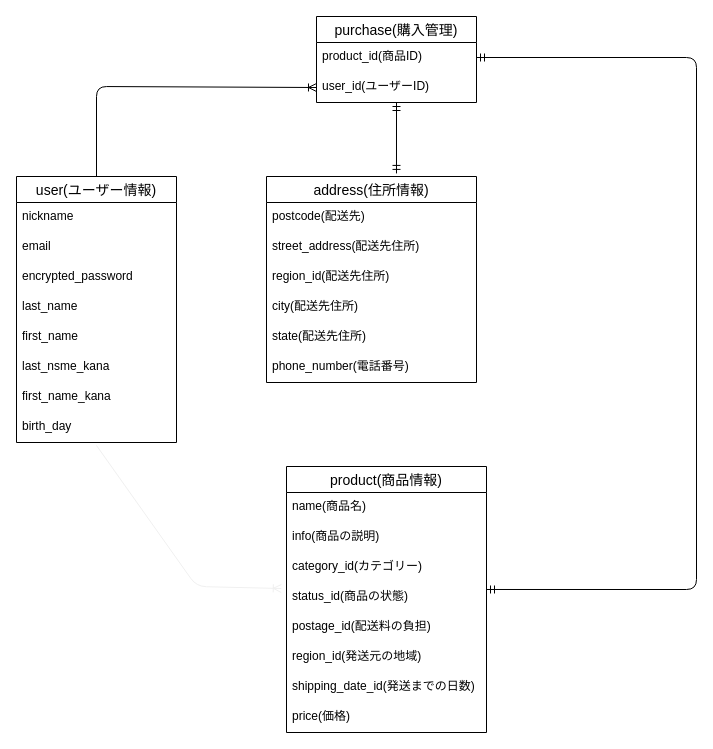
Above: legend.dio in yo-ya07/furima-35557 (draw.io), before the change. Source tidied: cells renumbered, new cells numbered last; positions are measured from the earlier drawing's top-left corner, leaving out a move shared by most shapes. Both pictures are drawn from the tidied source at 100%, with x=0, y=0 at pixel (16, 16).
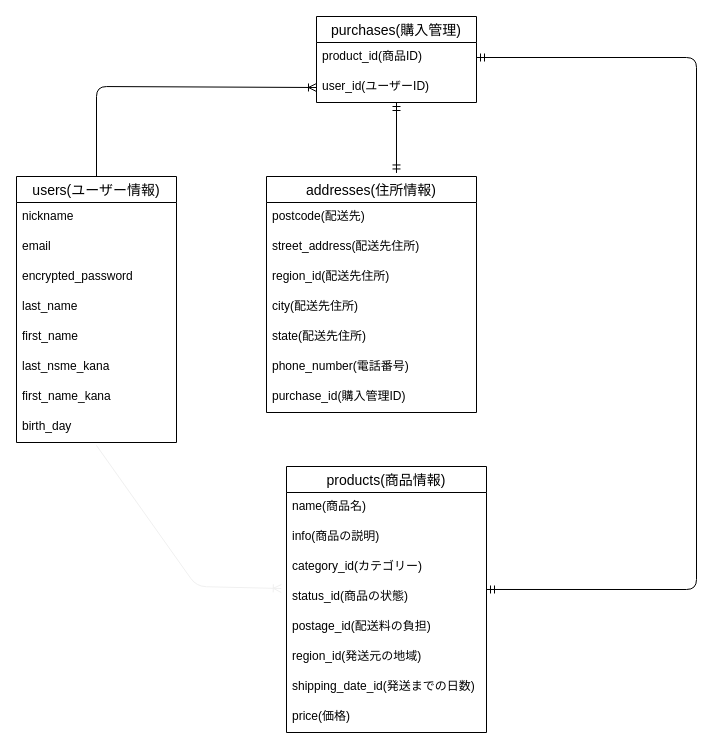
The same page after the edit.

Commit message (it also covers changes not shown here):
ER図•README作成(修正5)

What changed in the source:
```diff
@@
-    <mxCell id="2" value="user(ユーザー情報)" style="swimlane;fontStyle=0;horizontal=1;startSize=26;align=center;fontSize=14;" parent="1" vertex="1">
+    <mxCell id="2" value="users(ユーザー情報)" style="swimlane;fontStyle=0;horizontal=1;startSize=26;align=center;fontSize=14;" parent="1" vertex="1">
       <mxGeometry y="160" width="160" height="266" as="geometry" />
     </mxCell>
@@
-    <mxCell id="11" value="address(住所情報)" style="swimlane;fontStyle=0;horizontal=1;startSize=26;align=center;fontSize=14;" parent="1" vertex="1">
-      <mxGeometry x="250" y="160" width="210" height="206" as="geometry" />
+    <mxCell id="11" value="addresses(住所情報)" style="swimlane;fontStyle=0;horizontal=1;startSize=26;align=center;fontSize=14;" parent="1" vertex="1">
+      <mxGeometry x="250" y="160" width="210" height="236" as="geometry" />
     </mxCell>
@@
+    <mxCell id="34" value="purchase_id(購入管理ID)" style="text;strokeColor=none;fillColor=none;spacingLeft=4;spacingRight=4;overflow=hidden;fontSize=12;" parent="11" vertex="1">
+      <mxGeometry y="206" width="210" height="30" as="geometry" />
+    </mxCell>
-    <mxCell id="18" value="product(商品情報)" style="swimlane;fontStyle=0;horizontal=1;startSize=26;align=center;fontSize=14;" parent="1" vertex="1">
+    <mxCell id="18" value="products(商品情報)" style="swimlane;fontStyle=0;horizontal=1;startSize=26;align=center;fontSize=14;" parent="1" vertex="1">
       <mxGeometry x="270" y="450" width="200" height="266" as="geometry" />
     </mxCell>
@@
-    <mxCell id="29" value="purchase(購入管理)" style="swimlane;fontStyle=0;horizontal=1;startSize=26;align=center;fontSize=14;" parent="1" vertex="1">
+    <mxCell id="29" value="purchases(購入管理)" style="swimlane;fontStyle=0;horizontal=1;startSize=26;align=center;fontSize=14;" parent="1" vertex="1">
       <mxGeometry x="300" width="160" height="86" as="geometry" />
     </mxCell>
```
